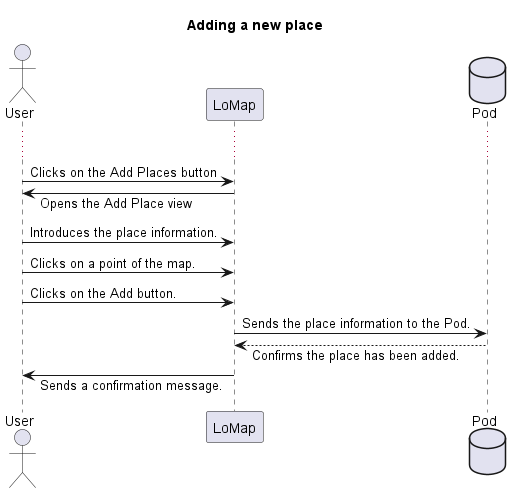
This is images/AddPlaces.png from Arquisoft/lomap_es6b, a PlantUML export, as it was before one commit. The source it was exported from:
```plantuml
@startuml
title Adding a new place
Actor User
Participant LoMap
Database Pod
skinparam responseMessageBelowArrow true
...
User -> LoMap: Clicks on the Add Places button
LoMap -> User: Opens the Add Place view
User -> LoMap: Introduces the place information.
User -> LoMap: Clicks on a point of the map.
User -> LoMap: Clicks on the Add button.
LoMap -> Pod: Sends the place information to the Pod.
LoMap <-- Pod: Confirms the place has been added.
User <- LoMap: Sends a confirmation message.
@enduml
```
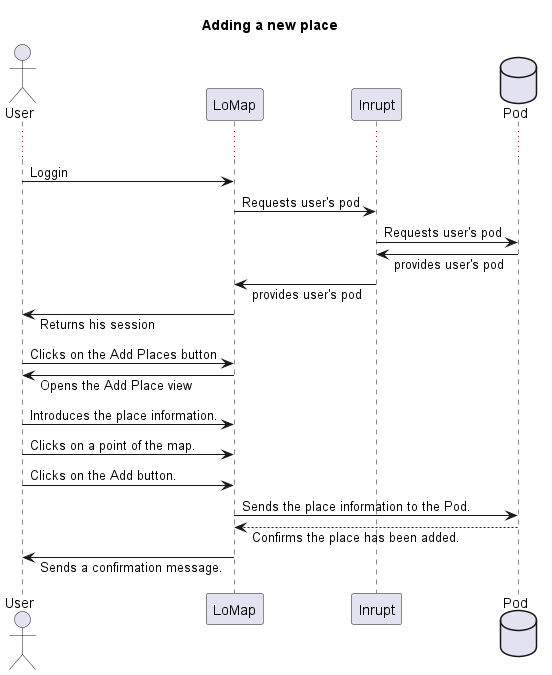
The same file after the commit.

Change to the diagram source:
```diff
@@ -2,9 +2,16 @@
 title Adding a new place
 Actor User
 Participant LoMap
+Participant Inrupt
 Database Pod
 skinparam responseMessageBelowArrow true
 ...
+User -> LoMap: Loggin
+LoMap -> Inrupt: Requests user's pod
+Inrupt-> Pod: Requests user's pod
+Pod -> Inrupt: provides user's pod
+Inrupt-> LoMap: provides user's pod
+LoMap -> User: Returns his session
 User -> LoMap: Clicks on the Add Places button
 LoMap -> User: Opens the Add Place view
 User -> LoMap: Introduces the place information.
```
